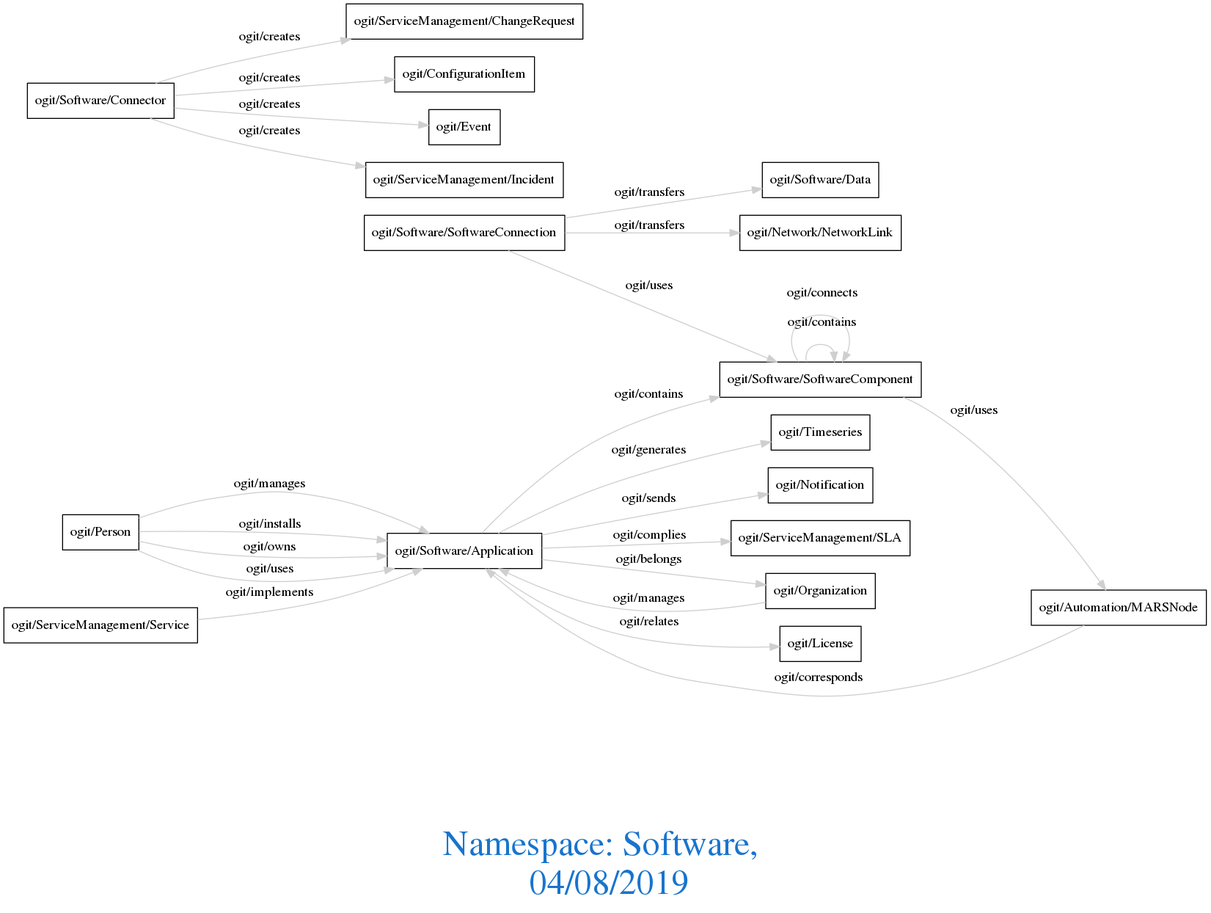
This is downloads/Software.png from arago/OGIT, a Graphviz export, as it was before one commit. Its source is kept beside it as downloads/Software.dot. Its diagram source:
```dot
digraph OGIT_ontology {
 graph [ rankdir= LR,compound=true
fontsize = 36,
fontcolor= dodgerblue3,label = "\n\n\nNamespace: Software, \n 04/08/2019"];
node[shape=polygon];
edge [  color="gray81"];

   "ogit/Software/Application" -> "ogit/Software/SoftwareComponent" [label="   ogit/contains    "];
   "ogit/Software/SoftwareComponent" -> "ogit/Software/SoftwareComponent" [label="   ogit/contains
  "];
   "ogit/Organization" -> "ogit/Software/Application" [label="   ogit/manages    "];
   "ogit/Person" -> "ogit/Software/Application" [label="   ogit/manages    "];
   "ogit/Software/Application" -> "ogit/Timeseries" [label="   ogit/generates    "];
   "ogit/Software/Application" -> "ogit/Notification" [label="   ogit/sends    "];
   "ogit/Software/Connector" -> "ogit/ServiceManagement/ChangeRequest" [label="   ogit/creates    "];
   "ogit/Software/Connector" -> "ogit/ConfigurationItem" [label="   ogit/creates    "];
   "ogit/Software/Connector" -> "ogit/Event" [label="   ogit/creates    "];
   "ogit/Software/Connector" -> "ogit/ServiceManagement/Incident" [label="   ogit/creates    "];
   "ogit/Software/Application" -> "ogit/ServiceManagement/SLA" [label="   ogit/complies    "];
   "ogit/Software/SoftwareComponent" -> "ogit/Software/SoftwareComponent" [label="   ogit/connects
  "];
   "ogit/Automation/MARSNode" -> "ogit/Software/Application" [label="   ogit/corresponds    "];
   "ogit/Person" -> "ogit/Software/Application" [label="   ogit/installs    "];
   "ogit/Software/SoftwareConnection" -> "ogit/Software/Data" [label="   ogit/transfers    "];
   "ogit/Software/SoftwareConnection" -> "ogit/Network/NetworkLink" [label="   ogit/transfers    "];
   "ogit/ServiceManagement/Service" -> "ogit/Software/Application" [label="   ogit/implements    "];
   "ogit/Person" -> "ogit/Software/Application" [label="   ogit/owns    "];
   "ogit/Software/Application" -> "ogit/Organization" [label="   ogit/belongs    "];
   "ogit/Software/SoftwareComponent" -> "ogit/Automation/MARSNode" [label="   ogit/uses    "];
   "ogit/Software/SoftwareConnection" -> "ogit/Software/SoftwareComponent" [label="   ogit/uses    "];
   "ogit/Person" -> "ogit/Software/Application" [label="   ogit/uses    "];
   "ogit/Software/Application" -> "ogit/License" [label="   ogit/relates    "];
}
```
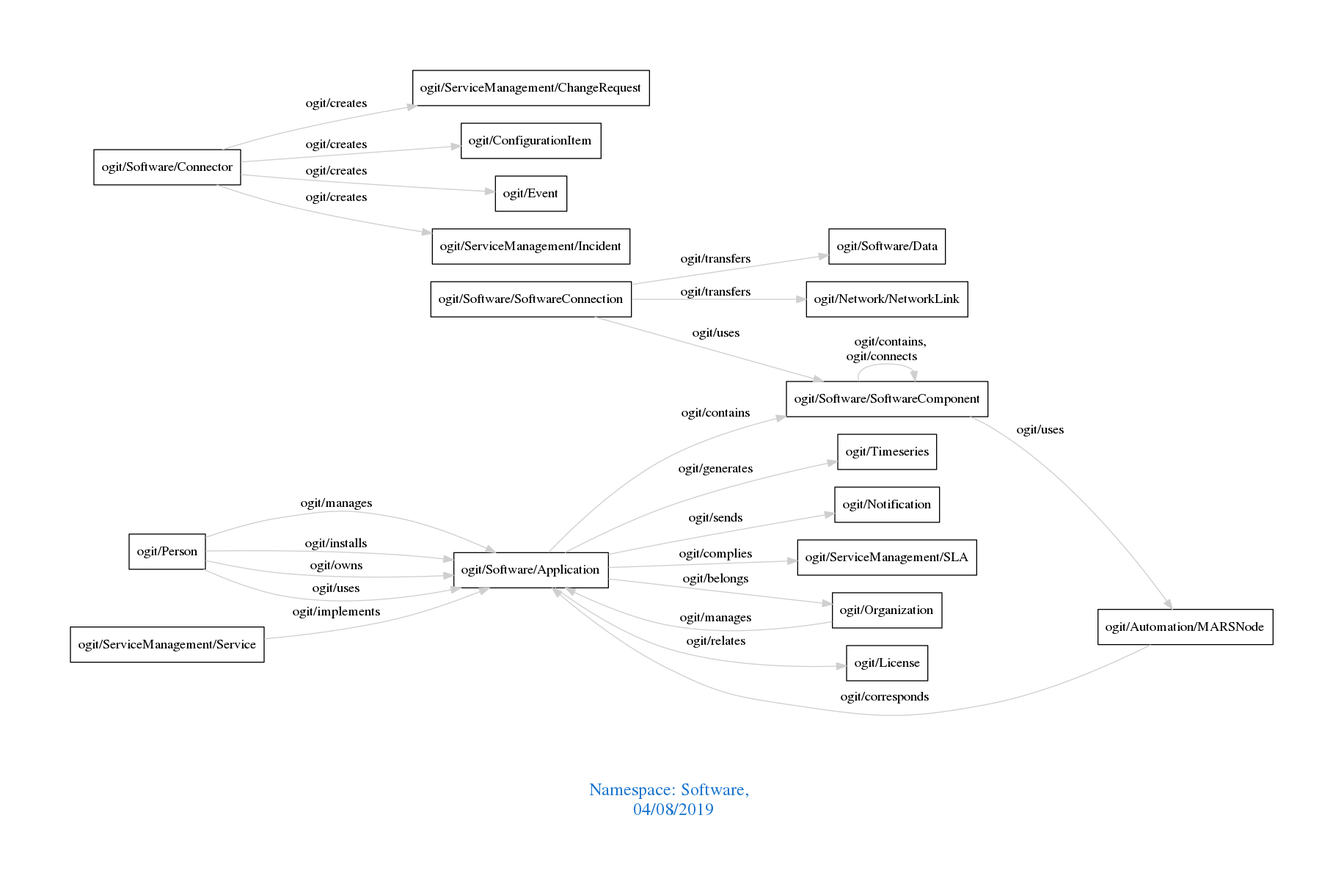
After the commit.

Change to the diagram source:
```diff
@@ -1,13 +1,11 @@
 digraph OGIT_ontology {
- graph [ rankdir= LR,compound=true
-fontsize = 36,
+ graph [ rankdir= LR,pad=1
+fontsize = 18,
 fontcolor= dodgerblue3,label = "\n\n\nNamespace: Software, \n 04/08/2019"];
 node[shape=polygon];
 edge [  color="gray81"];
 
    "ogit/Software/Application" -> "ogit/Software/SoftwareComponent" [label="   ogit/contains    "];
-   "ogit/Software/SoftwareComponent" -> "ogit/Software/SoftwareComponent" [label="   ogit/contains
-  "];
    "ogit/Organization" -> "ogit/Software/Application" [label="   ogit/manages    "];
    "ogit/Person" -> "ogit/Software/Application" [label="   ogit/manages    "];
    "ogit/Software/Application" -> "ogit/Timeseries" [label="   ogit/generates    "];
@@ -17,8 +15,6 @@
    "ogit/Software/Connector" -> "ogit/Event" [label="   ogit/creates    "];
    "ogit/Software/Connector" -> "ogit/ServiceManagement/Incident" [label="   ogit/creates    "];
    "ogit/Software/Application" -> "ogit/ServiceManagement/SLA" [label="   ogit/complies    "];
-   "ogit/Software/SoftwareComponent" -> "ogit/Software/SoftwareComponent" [label="   ogit/connects
-  "];
    "ogit/Automation/MARSNode" -> "ogit/Software/Application" [label="   ogit/corresponds    "];
    "ogit/Person" -> "ogit/Software/Application" [label="   ogit/installs    "];
    "ogit/Software/SoftwareConnection" -> "ogit/Software/Data" [label="   ogit/transfers    "];
@@ -30,4 +26,5 @@
    "ogit/Software/SoftwareConnection" -> "ogit/Software/SoftwareComponent" [label="   ogit/uses    "];
    "ogit/Person" -> "ogit/Software/Application" [label="   ogit/uses    "];
    "ogit/Software/Application" -> "ogit/License" [label="   ogit/relates    "];
+   "ogit/Software/SoftwareComponent" -> "ogit/Software/SoftwareComponent" [label="   ogit/contains, \n ogit/connects    "];
 }
```
